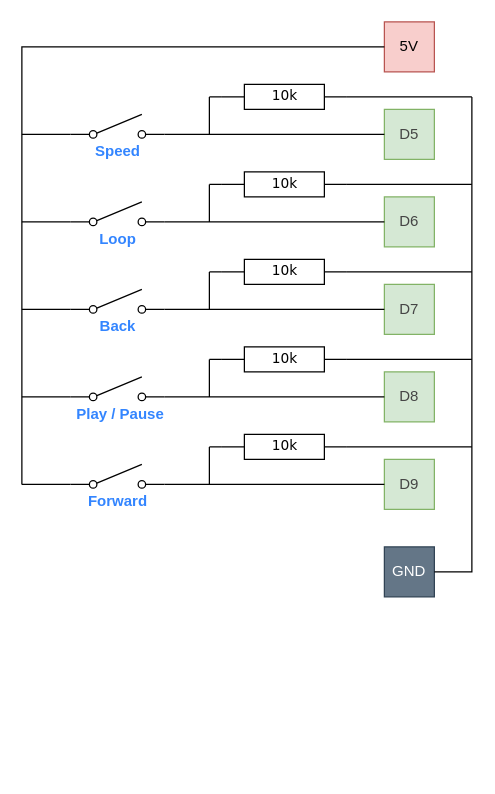
The draw.io diagram Schematic/schematic.drawio in andreasbrett/OVLP, before the edit. Source tidied: cells renumbered, new cells numbered last; positions are measured from the earlier drawing's top-left corner, leaving out a move shared by most shapes. Both pictures are drawn from the tidied source at 125%, with x=0, y=0 at pixel (21, 21).
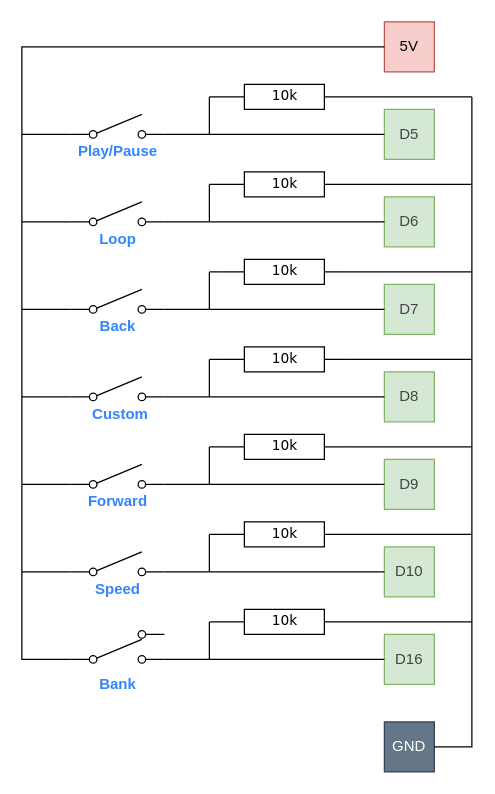
The same page after the edit.

Change to the diagram source:
```diff
@@
     <mxCell id="10" value="GND" style="whiteSpace=wrap;html=1;fillColor=#647687;strokeColor=#314354;rounded=0;glass=0;shadow=0;comic=0;fontColor=#ffffff;" parent="1" vertex="1">
-      <mxGeometry x="290" y="420" width="40" height="40" as="geometry" />
+      <mxGeometry x="290" y="560" width="40" height="40" as="geometry" />
     </mxCell>
@@
-    <mxCell id="14" value="Speed" style="text;html=1;strokeColor=none;fillColor=none;align=center;verticalAlign=middle;whiteSpace=wrap;rounded=0;shadow=0;glass=0;comic=0;fontColor=#3385FF;fontStyle=1;" parent="1" vertex="1">
+    <mxCell id="14" value="Play/Pause" style="text;html=1;strokeColor=none;fillColor=none;align=center;verticalAlign=middle;whiteSpace=wrap;rounded=0;shadow=0;glass=0;comic=0;fontColor=#3385FF;fontStyle=1;" parent="1" vertex="1">
       <mxGeometry x="56.5" y="94" width="40" height="20" as="geometry" />
     </mxCell>
@@
-    <mxCell id="20" value="Play / Pause" style="text;html=1;strokeColor=none;fillColor=none;align=center;verticalAlign=middle;whiteSpace=wrap;rounded=0;shadow=0;glass=0;comic=0;fontColor=#3385FF;fontStyle=1;" parent="1" vertex="1">
+    <mxCell id="20" value="Custom" style="text;html=1;strokeColor=none;fillColor=none;align=center;verticalAlign=middle;whiteSpace=wrap;rounded=0;shadow=0;glass=0;comic=0;fontColor=#3385FF;fontStyle=1;" parent="1" vertex="1">
       <mxGeometry x="39" y="304" width="80" height="20" as="geometry" />
     </mxCell>
@@
     <mxCell id="56" style="endArrow=none;html=1;entryX=1;entryY=0.5;entryDx=0;entryDy=0;rounded=0;" parent="1" edge="1" target="10">
       <mxGeometry relative="1" as="geometry">
         <mxPoint x="360" y="340" as="sourcePoint" />
         <Array as="points">
           <mxPoint x="360" y="440" />
+          <mxPoint x="360" y="580" />
         </Array>
       </mxGeometry>
     </mxCell>
@@
+    <mxCell id="62" value="D10" style="whiteSpace=wrap;html=1;fillColor=#d5e8d4;strokeColor=#82b366;rounded=0;glass=0;shadow=0;comic=0;fontColor=#454545;" parent="1" vertex="1">
+      <mxGeometry x="290" y="420" width="40" height="40" as="geometry" />
+    </mxCell>
+    <mxCell id="63" value="D16" style="whiteSpace=wrap;html=1;fillColor=#d5e8d4;strokeColor=#82b366;rounded=0;glass=0;shadow=0;comic=0;fontColor=#454545;" parent="1" vertex="1">
+      <mxGeometry x="290" y="490" width="40" height="40" as="geometry" />
+    </mxCell>
+    <mxCell id="64" style="verticalLabelPosition=bottom;shadow=0;dashed=0;align=center;html=1;verticalAlign=top;shape=mxgraph.electrical.electro-mechanical.simple_switch;rounded=0;glass=0;comic=0;fontColor=#454545;" parent="1" vertex="1">
+      <mxGeometry x="39" y="424" width="75" height="19" as="geometry" />
+    </mxCell>
+    <mxCell id="65" value="Speed" style="text;html=1;strokeColor=none;fillColor=none;align=center;verticalAlign=middle;whiteSpace=wrap;rounded=0;shadow=0;glass=0;comic=0;fontColor=#3385FF;fontStyle=1;" parent="1" vertex="1">
+      <mxGeometry x="56.5" y="444" width="40" height="20" as="geometry" />
+    </mxCell>
+    <mxCell id="66" style="endArrow=none;html=1;fontSize=11;fontColor=#3385FF;entryX=0;entryY=0.5;entryDx=0;entryDy=0;entryPerimeter=0;" parent="1" edge="1">
+      <mxGeometry relative="1" as="geometry">
+        <mxPoint x="150" y="410" as="sourcePoint" />
+        <mxPoint x="160" y="410" as="targetPoint" />
+      </mxGeometry>
+    </mxCell>
+    <mxCell id="67" style="endArrow=none;html=1;fontSize=11;fontColor=#3385FF;entryX=0;entryY=0.5;entryDx=0;entryDy=0;exitX=1;exitY=0.84;exitDx=0;exitDy=0;exitPerimeter=0;" parent="1" edge="1" source="64">
+      <mxGeometry relative="1" as="geometry">
+        <mxPoint x="290" y="440" as="targetPoint" />
+      </mxGeometry>
+    </mxCell>
+    <mxCell id="68" style="endArrow=none;html=1;entryX=1;entryY=0.5;entryDx=0;entryDy=0;entryPerimeter=0;" parent="1" edge="1">
+      <mxGeometry relative="1" as="geometry">
+        <mxPoint x="360" y="410" as="sourcePoint" />
+        <mxPoint x="260" y="410" as="targetPoint" />
+      </mxGeometry>
+    </mxCell>
+    <mxCell id="69" style="verticalLabelPosition=bottom;shadow=0;dashed=0;align=center;fillColor=#ffffff;html=1;verticalAlign=top;strokeWidth=1;shape=mxgraph.electrical.resistors.resistor_1;rounded=1;comic=0;labelBackgroundColor=none;fontFamily=Verdana;fontSize=12;fontColor=#000000;rotation=0;" parent="1" vertex="1">
+      <mxGeometry x="160" y="400" width="100" height="20" as="geometry" />
+    </mxCell>
+    <mxCell id="70" value="10k" style="text;html=1;align=center;verticalAlign=top;spacingTop=-4;fontSize=11;fontFamily=Verdana;" parent="1" vertex="1">
+      <mxGeometry x="190" y="400" width="40" height="10" as="geometry" />
+    </mxCell>
+    <mxCell id="71" style="endArrow=none;html=1;" parent="1" edge="1">
+      <mxGeometry relative="1" as="geometry">
+        <mxPoint x="150" y="440" as="sourcePoint" />
+        <mxPoint x="150" y="410" as="targetPoint" />
+      </mxGeometry>
+    </mxCell>
+    <mxCell id="72" style="endArrow=none;html=1;exitX=0;exitY=0.84;exitDx=0;exitDy=0;exitPerimeter=0;rounded=0;" parent="1" edge="1" source="64">
+      <mxGeometry relative="1" as="geometry">
+        <mxPoint y="370" as="targetPoint" />
+        <Array as="points">
+          <mxPoint y="440" />
+        </Array>
+      </mxGeometry>
+    </mxCell>
+    <mxCell id="73" style="verticalLabelPosition=bottom;shadow=0;dashed=0;align=center;html=1;verticalAlign=top;shape=mxgraph.electrical.electro-mechanical.2-way_switch;" parent="1" vertex="1">
+      <mxGeometry x="39" y="487" width="75" height="26" as="geometry" />
+    </mxCell>
+    <mxCell id="74" style="endArrow=none;html=1;exitX=1;exitY=0.885;exitDx=0;exitDy=0;exitPerimeter=0;entryX=0;entryY=0.5;entryDx=0;entryDy=0;" parent="1" edge="1" source="73" target="63">
+      <mxGeometry relative="1" as="geometry" />
+    </mxCell>
+    <mxCell id="75" style="endArrow=none;html=1;exitX=0;exitY=0.885;exitDx=0;exitDy=0;exitPerimeter=0;rounded=0;" parent="1" edge="1" source="73">
+      <mxGeometry relative="1" as="geometry">
+        <mxPoint y="440" as="targetPoint" />
+        <Array as="points">
+          <mxPoint y="510" />
+        </Array>
+      </mxGeometry>
+    </mxCell>
+    <mxCell id="76" value="Bank" style="text;html=1;strokeColor=none;fillColor=none;align=center;verticalAlign=middle;whiteSpace=wrap;rounded=0;shadow=0;glass=0;comic=0;fontColor=#3385FF;fontStyle=1;" parent="1" vertex="1">
+      <mxGeometry x="56.5" y="520" width="40" height="20" as="geometry" />
+    </mxCell>
+    <mxCell id="77" style="endArrow=none;html=1;fontSize=11;fontColor=#3385FF;entryX=0;entryY=0.5;entryDx=0;entryDy=0;entryPerimeter=0;" parent="1" edge="1">
+      <mxGeometry relative="1" as="geometry">
+        <mxPoint x="150" y="480" as="sourcePoint" />
+        <mxPoint x="160" y="480" as="targetPoint" />
+      </mxGeometry>
+    </mxCell>
+    <mxCell id="78" style="endArrow=none;html=1;entryX=1;entryY=0.5;entryDx=0;entryDy=0;entryPerimeter=0;" parent="1" edge="1">
+      <mxGeometry relative="1" as="geometry">
+        <mxPoint x="360" y="480" as="sourcePoint" />
+        <mxPoint x="260" y="480" as="targetPoint" />
+      </mxGeometry>
+    </mxCell>
+    <mxCell id="79" style="verticalLabelPosition=bottom;shadow=0;dashed=0;align=center;fillColor=#ffffff;html=1;verticalAlign=top;strokeWidth=1;shape=mxgraph.electrical.resistors.resistor_1;rounded=1;comic=0;labelBackgroundColor=none;fontFamily=Verdana;fontSize=12;fontColor=#000000;rotation=0;" parent="1" vertex="1">
+      <mxGeometry x="160" y="470" width="100" height="20" as="geometry" />
+    </mxCell>
+    <mxCell id="80" value="10k" style="text;html=1;align=center;verticalAlign=top;spacingTop=-4;fontSize=11;fontFamily=Verdana;" parent="1" vertex="1">
+      <mxGeometry x="190" y="470" width="40" height="10" as="geometry" />
+    </mxCell>
+    <mxCell id="81" style="endArrow=none;html=1;" parent="1" edge="1">
+      <mxGeometry relative="1" as="geometry">
+        <mxPoint x="150" y="510" as="sourcePoint" />
+        <mxPoint x="150" y="480" as="targetPoint" />
+      </mxGeometry>
+    </mxCell>
```
